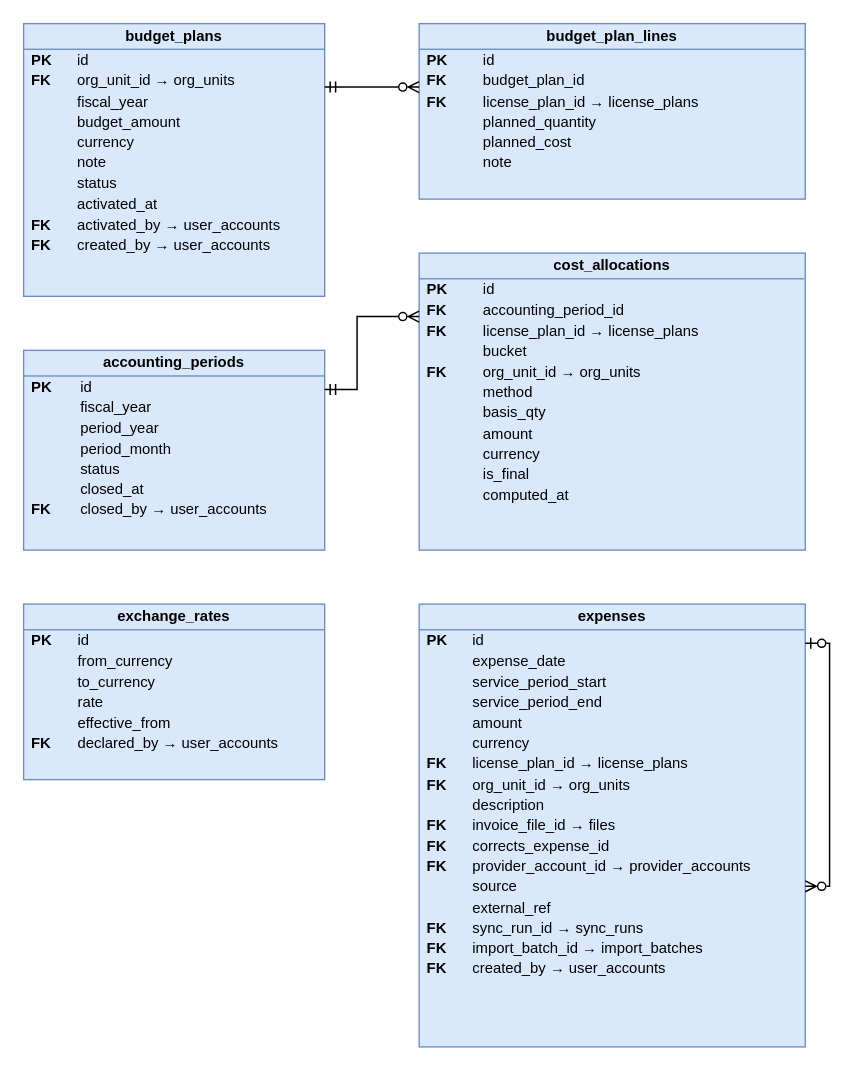
Above: docs/database/diagrams/erd_budget_cost.drawio in cuonglpv/VFast (draw.io), before the change. Source tidied: cells renumbered, new cells numbered last; positions are measured from the earlier drawing's top-left corner, leaving out a move shared by most shapes. Both pictures are drawn from the tidied source at 135%, with x=0, y=0 at pixel (23, 23).
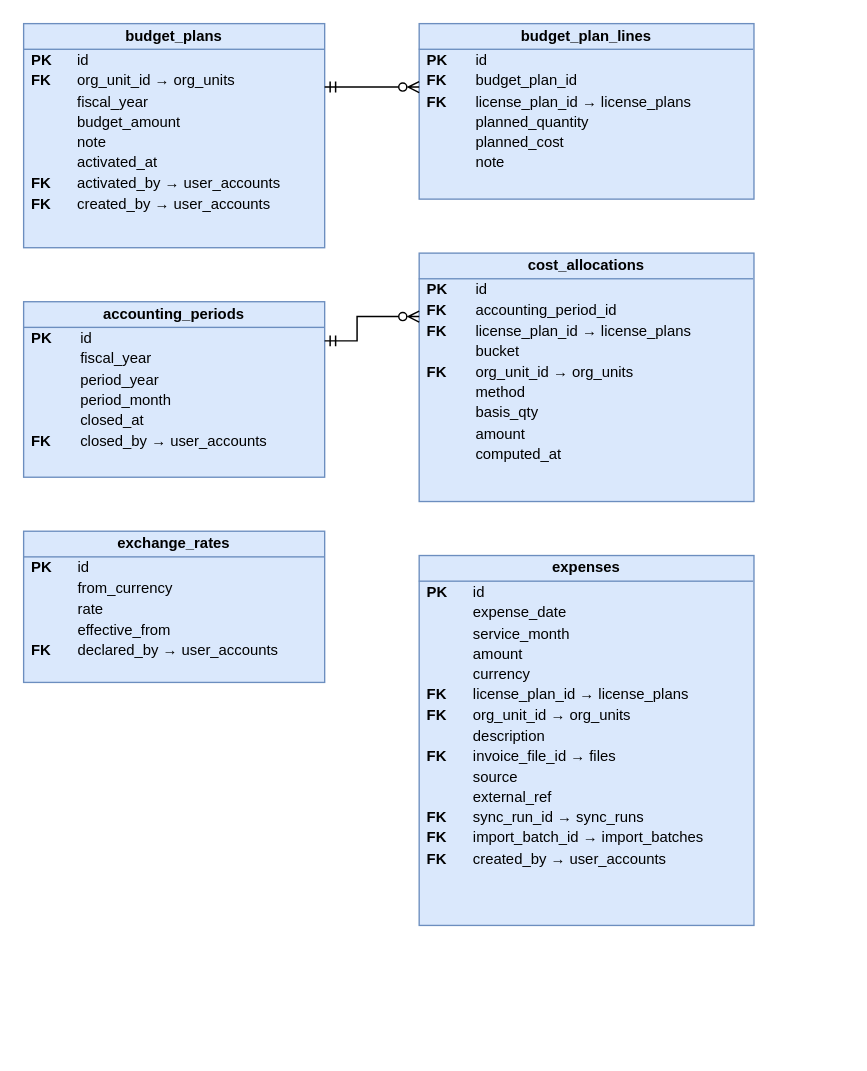
The same page after the edit.

Diff of the diagram source:
```diff
@@
 <mxGraphModel>
   <root>
     <mxCell id="0" />
     <mxCell id="1" parent="0" />
-    <mxCell id="2" value="&lt;div style=&quot;font-weight:bold;text-align:center;padding:3px 0;border-bottom:1px solid #6C8EBF;&quot;&gt;budget_plans&lt;/div&gt;&lt;table style=&quot;width:100%;font-size:11px;border-collapse:collapse;&quot;&gt;&lt;tr&gt;&lt;td style=&quot;padding:1px 8px 1px 6px;&quot;&gt;&lt;b&gt;PK&lt;/b&gt;&lt;/td&gt;&lt;td style=&quot;padding:1px 6px;&quot;&gt;id&lt;/td&gt;&lt;/tr&gt;&lt;tr&gt;&lt;td style=&quot;padding:1px 8px 1px 6px;&quot;&gt;&lt;b&gt;FK&lt;/b&gt;&lt;/td&gt;&lt;td style=&quot;padding:1px 6px;&quot;&gt;org_unit_id → org_units&lt;/td&gt;&lt;/tr&gt;&lt;tr&gt;&lt;td style=&quot;padding:1px 8px 1px 6px;&quot;&gt;&lt;b&gt;&lt;/b&gt;&lt;/td&gt;&lt;td style=&quot;padding:1px 6px;&quot;&gt;fiscal_year&lt;/td&gt;&lt;/tr&gt;&lt;tr&gt;&lt;td style=&quot;padding:1px 8px 1px 6px;&quot;&gt;&lt;b&gt;&lt;/b&gt;&lt;/td&gt;&lt;td style=&quot;padding:1px 6px;&quot;&gt;budget_amount&lt;/td&gt;&lt;/tr&gt;&lt;tr&gt;&lt;td style=&quot;padding:1px 8px 1px 6px;&quot;&gt;&lt;b&gt;&lt;/b&gt;&lt;/td&gt;&lt;td style=&quot;padding:1px 6px;&quot;&gt;currency&lt;/td&gt;&lt;/tr&gt;&lt;tr&gt;&lt;td style=&quot;padding:1px 8px 1px 6px;&quot;&gt;&lt;b&gt;&lt;/b&gt;&lt;/td&gt;&lt;td style=&quot;padding:1px 6px;&quot;&gt;note&lt;/td&gt;&lt;/tr&gt;&lt;tr&gt;&lt;td style=&quot;padding:1px 8px 1px 6px;&quot;&gt;&lt;b&gt;&lt;/b&gt;&lt;/td&gt;&lt;td style=&quot;padding:1px 6px;&quot;&gt;status&lt;/td&gt;&lt;/tr&gt;&lt;tr&gt;&lt;td style=&quot;padding:1px 8px 1px 6px;&quot;&gt;&lt;b&gt;&lt;/b&gt;&lt;/td&gt;&lt;td style=&quot;padding:1px 6px;&quot;&gt;activated_at&lt;/td&gt;&lt;/tr&gt;&lt;tr&gt;&lt;td style=&quot;padding:1px 8px 1px 6px;&quot;&gt;&lt;b&gt;FK&lt;/b&gt;&lt;/td&gt;&lt;td style=&quot;padding:1px 6px;&quot;&gt;activated_by → user_accounts&lt;/td&gt;&lt;/tr&gt;&lt;tr&gt;&lt;td style=&quot;padding:1px 8px 1px 6px;&quot;&gt;&lt;b&gt;FK&lt;/b&gt;&lt;/td&gt;&lt;td style=&quot;padding:1px 6px;&quot;&gt;created_by → user_accounts&lt;/td&gt;&lt;/tr&gt;&lt;/table&gt;" style="rounded=0;whiteSpace=wrap;html=1;verticalAlign=top;align=left;spacing=0;overflow=fill;fillColor=#DAE8FC;strokeColor=#6C8EBF;fontSize=11;" parent="1" vertex="1">
-      <mxGeometry width="223" height="202" as="geometry" />
+    <mxCell id="2" value="&lt;div style=&quot;font-weight:bold;text-align:center;padding:3px 0;border-bottom:1px solid #6C8EBF;&quot;&gt;budget_plans&lt;/div&gt;&lt;table style=&quot;width:100%;font-size:11px;border-collapse:collapse;&quot;&gt;&lt;tr&gt;&lt;td style=&quot;padding:1px 8px 1px 6px;&quot;&gt;&lt;b&gt;PK&lt;/b&gt;&lt;/td&gt;&lt;td style=&quot;padding:1px 6px;&quot;&gt;id&lt;/td&gt;&lt;/tr&gt;&lt;tr&gt;&lt;td style=&quot;padding:1px 8px 1px 6px;&quot;&gt;&lt;b&gt;FK&lt;/b&gt;&lt;/td&gt;&lt;td style=&quot;padding:1px 6px;&quot;&gt;org_unit_id → org_units&lt;/td&gt;&lt;/tr&gt;&lt;tr&gt;&lt;td style=&quot;padding:1px 8px 1px 6px;&quot;&gt;&lt;b&gt;&lt;/b&gt;&lt;/td&gt;&lt;td style=&quot;padding:1px 6px;&quot;&gt;fiscal_year&lt;/td&gt;&lt;/tr&gt;&lt;tr&gt;&lt;td style=&quot;padding:1px 8px 1px 6px;&quot;&gt;&lt;b&gt;&lt;/b&gt;&lt;/td&gt;&lt;td style=&quot;padding:1px 6px;&quot;&gt;budget_amount&lt;/td&gt;&lt;/tr&gt;&lt;tr&gt;&lt;td style=&quot;padding:1px 8px 1px 6px;&quot;&gt;&lt;b&gt;&lt;/b&gt;&lt;/td&gt;&lt;td style=&quot;padding:1px 6px;&quot;&gt;note&lt;/td&gt;&lt;/tr&gt;&lt;tr&gt;&lt;td style=&quot;padding:1px 8px 1px 6px;&quot;&gt;&lt;b&gt;&lt;/b&gt;&lt;/td&gt;&lt;td style=&quot;padding:1px 6px;&quot;&gt;activated_at&lt;/td&gt;&lt;/tr&gt;&lt;tr&gt;&lt;td style=&quot;padding:1px 8px 1px 6px;&quot;&gt;&lt;b&gt;FK&lt;/b&gt;&lt;/td&gt;&lt;td style=&quot;padding:1px 6px;&quot;&gt;activated_by → user_accounts&lt;/td&gt;&lt;/tr&gt;&lt;tr&gt;&lt;td style=&quot;padding:1px 8px 1px 6px;&quot;&gt;&lt;b&gt;FK&lt;/b&gt;&lt;/td&gt;&lt;td style=&quot;padding:1px 6px;&quot;&gt;created_by → user_accounts&lt;/td&gt;&lt;/tr&gt;&lt;/table&gt;" style="rounded=0;whiteSpace=wrap;html=1;verticalAlign=top;align=left;spacing=0;overflow=fill;fillColor=#DAE8FC;strokeColor=#6C8EBF;fontSize=11;" parent="1" vertex="1">
+      <mxGeometry width="223" height="166" as="geometry" />
     </mxCell>
-    <mxCell id="3" value="&lt;div style=&quot;font-weight:bold;text-align:center;padding:3px 0;border-bottom:1px solid #6C8EBF;&quot;&gt;accounting_periods&lt;/div&gt;&lt;table style=&quot;width:100%;font-size:11px;border-collapse:collapse;&quot;&gt;&lt;tr&gt;&lt;td style=&quot;padding:1px 8px 1px 6px;&quot;&gt;&lt;b&gt;PK&lt;/b&gt;&lt;/td&gt;&lt;td style=&quot;padding:1px 6px;&quot;&gt;id&lt;/td&gt;&lt;/tr&gt;&lt;tr&gt;&lt;td style=&quot;padding:1px 8px 1px 6px;&quot;&gt;&lt;b&gt;&lt;/b&gt;&lt;/td&gt;&lt;td style=&quot;padding:1px 6px;&quot;&gt;fiscal_year&lt;/td&gt;&lt;/tr&gt;&lt;tr&gt;&lt;td style=&quot;padding:1px 8px 1px 6px;&quot;&gt;&lt;b&gt;&lt;/b&gt;&lt;/td&gt;&lt;td style=&quot;padding:1px 6px;&quot;&gt;period_year&lt;/td&gt;&lt;/tr&gt;&lt;tr&gt;&lt;td style=&quot;padding:1px 8px 1px 6px;&quot;&gt;&lt;b&gt;&lt;/b&gt;&lt;/td&gt;&lt;td style=&quot;padding:1px 6px;&quot;&gt;period_month&lt;/td&gt;&lt;/tr&gt;&lt;tr&gt;&lt;td style=&quot;padding:1px 8px 1px 6px;&quot;&gt;&lt;b&gt;&lt;/b&gt;&lt;/td&gt;&lt;td style=&quot;padding:1px 6px;&quot;&gt;status&lt;/td&gt;&lt;/tr&gt;&lt;tr&gt;&lt;td style=&quot;padding:1px 8px 1px 6px;&quot;&gt;&lt;b&gt;&lt;/b&gt;&lt;/td&gt;&lt;td style=&quot;padding:1px 6px;&quot;&gt;closed_at&lt;/td&gt;&lt;/tr&gt;&lt;tr&gt;&lt;td style=&quot;padding:1px 8px 1px 6px;&quot;&gt;&lt;b&gt;FK&lt;/b&gt;&lt;/td&gt;&lt;td style=&quot;padding:1px 6px;&quot;&gt;closed_by → user_accounts&lt;/td&gt;&lt;/tr&gt;&lt;/table&gt;" style="rounded=0;whiteSpace=wrap;html=1;verticalAlign=top;align=left;spacing=0;overflow=fill;fillColor=#DAE8FC;strokeColor=#6C8EBF;fontSize=11;" parent="1" vertex="1">
-      <mxGeometry y="242" width="223" height="148" as="geometry" />
+    <mxCell id="3" value="&lt;div style=&quot;font-weight:bold;text-align:center;padding:3px 0;border-bottom:1px solid #6C8EBF;&quot;&gt;accounting_periods&lt;/div&gt;&lt;table style=&quot;width:100%;font-size:11px;border-collapse:collapse;&quot;&gt;&lt;tr&gt;&lt;td style=&quot;padding:1px 8px 1px 6px;&quot;&gt;&lt;b&gt;PK&lt;/b&gt;&lt;/td&gt;&lt;td style=&quot;padding:1px 6px;&quot;&gt;id&lt;/td&gt;&lt;/tr&gt;&lt;tr&gt;&lt;td style=&quot;padding:1px 8px 1px 6px;&quot;&gt;&lt;b&gt;&lt;/b&gt;&lt;/td&gt;&lt;td style=&quot;padding:1px 6px;&quot;&gt;fiscal_year&lt;/td&gt;&lt;/tr&gt;&lt;tr&gt;&lt;td style=&quot;padding:1px 8px 1px 6px;&quot;&gt;&lt;b&gt;&lt;/b&gt;&lt;/td&gt;&lt;td style=&quot;padding:1px 6px;&quot;&gt;period_year&lt;/td&gt;&lt;/tr&gt;&lt;tr&gt;&lt;td style=&quot;padding:1px 8px 1px 6px;&quot;&gt;&lt;b&gt;&lt;/b&gt;&lt;/td&gt;&lt;td style=&quot;padding:1px 6px;&quot;&gt;period_month&lt;/td&gt;&lt;/tr&gt;&lt;tr&gt;&lt;td style=&quot;padding:1px 8px 1px 6px;&quot;&gt;&lt;b&gt;&lt;/b&gt;&lt;/td&gt;&lt;td style=&quot;padding:1px 6px;&quot;&gt;closed_at&lt;/td&gt;&lt;/tr&gt;&lt;tr&gt;&lt;td style=&quot;padding:1px 8px 1px 6px;&quot;&gt;&lt;b&gt;FK&lt;/b&gt;&lt;/td&gt;&lt;td style=&quot;padding:1px 6px;&quot;&gt;closed_by → user_accounts&lt;/td&gt;&lt;/tr&gt;&lt;/table&gt;" style="rounded=0;whiteSpace=wrap;html=1;verticalAlign=top;align=left;spacing=0;overflow=fill;fillColor=#DAE8FC;strokeColor=#6C8EBF;fontSize=11;" parent="1" vertex="1">
+      <mxGeometry y="206" width="223" height="130" as="geometry" />
     </mxCell>
-    <mxCell id="4" value="&lt;div style=&quot;font-weight:bold;text-align:center;padding:3px 0;border-bottom:1px solid #6C8EBF;&quot;&gt;exchange_rates&lt;/div&gt;&lt;table style=&quot;width:100%;font-size:11px;border-collapse:collapse;&quot;&gt;&lt;tr&gt;&lt;td style=&quot;padding:1px 8px 1px 6px;&quot;&gt;&lt;b&gt;PK&lt;/b&gt;&lt;/td&gt;&lt;td style=&quot;padding:1px 6px;&quot;&gt;id&lt;/td&gt;&lt;/tr&gt;&lt;tr&gt;&lt;td style=&quot;padding:1px 8px 1px 6px;&quot;&gt;&lt;b&gt;&lt;/b&gt;&lt;/td&gt;&lt;td style=&quot;padding:1px 6px;&quot;&gt;from_currency&lt;/td&gt;&lt;/tr&gt;&lt;tr&gt;&lt;td style=&quot;padding:1px 8px 1px 6px;&quot;&gt;&lt;b&gt;&lt;/b&gt;&lt;/td&gt;&lt;td style=&quot;padding:1px 6px;&quot;&gt;to_currency&lt;/td&gt;&lt;/tr&gt;&lt;tr&gt;&lt;td style=&quot;padding:1px 8px 1px 6px;&quot;&gt;&lt;b&gt;&lt;/b&gt;&lt;/td&gt;&lt;td style=&quot;padding:1px 6px;&quot;&gt;rate&lt;/td&gt;&lt;/tr&gt;&lt;tr&gt;&lt;td style=&quot;padding:1px 8px 1px 6px;&quot;&gt;&lt;b&gt;&lt;/b&gt;&lt;/td&gt;&lt;td style=&quot;padding:1px 6px;&quot;&gt;effective_from&lt;/td&gt;&lt;/tr&gt;&lt;tr&gt;&lt;td style=&quot;padding:1px 8px 1px 6px;&quot;&gt;&lt;b&gt;FK&lt;/b&gt;&lt;/td&gt;&lt;td style=&quot;padding:1px 6px;&quot;&gt;declared_by → user_accounts&lt;/td&gt;&lt;/tr&gt;&lt;/table&gt;" style="rounded=0;whiteSpace=wrap;html=1;verticalAlign=top;align=left;spacing=0;overflow=fill;fillColor=#DAE8FC;strokeColor=#6C8EBF;fontSize=11;" parent="1" vertex="1">
-      <mxGeometry y="430" width="223" height="130" as="geometry" />
+    <mxCell id="4" value="&lt;div style=&quot;font-weight:bold;text-align:center;padding:3px 0;border-bottom:1px solid #6C8EBF;&quot;&gt;exchange_rates&lt;/div&gt;&lt;table style=&quot;width:100%;font-size:11px;border-collapse:collapse;&quot;&gt;&lt;tr&gt;&lt;td style=&quot;padding:1px 8px 1px 6px;&quot;&gt;&lt;b&gt;PK&lt;/b&gt;&lt;/td&gt;&lt;td style=&quot;padding:1px 6px;&quot;&gt;id&lt;/td&gt;&lt;/tr&gt;&lt;tr&gt;&lt;td style=&quot;padding:1px 8px 1px 6px;&quot;&gt;&lt;b&gt;&lt;/b&gt;&lt;/td&gt;&lt;td style=&quot;padding:1px 6px;&quot;&gt;from_currency&lt;/td&gt;&lt;/tr&gt;&lt;tr&gt;&lt;td style=&quot;padding:1px 8px 1px 6px;&quot;&gt;&lt;b&gt;&lt;/b&gt;&lt;/td&gt;&lt;td style=&quot;padding:1px 6px;&quot;&gt;rate&lt;/td&gt;&lt;/tr&gt;&lt;tr&gt;&lt;td style=&quot;padding:1px 8px 1px 6px;&quot;&gt;&lt;b&gt;&lt;/b&gt;&lt;/td&gt;&lt;td style=&quot;padding:1px 6px;&quot;&gt;effective_from&lt;/td&gt;&lt;/tr&gt;&lt;tr&gt;&lt;td style=&quot;padding:1px 8px 1px 6px;&quot;&gt;&lt;b&gt;FK&lt;/b&gt;&lt;/td&gt;&lt;td style=&quot;padding:1px 6px;&quot;&gt;declared_by → user_accounts&lt;/td&gt;&lt;/tr&gt;&lt;/table&gt;" style="rounded=0;whiteSpace=wrap;html=1;verticalAlign=top;align=left;spacing=0;overflow=fill;fillColor=#DAE8FC;strokeColor=#6C8EBF;fontSize=11;" parent="1" vertex="1">
+      <mxGeometry y="376" width="223" height="112" as="geometry" />
     </mxCell>
     <mxCell id="5" value="&lt;div style=&quot;font-weight:bold;text-align:center;padding:3px 0;border-bottom:1px solid #6C8EBF;&quot;&gt;budget_plan_lines&lt;/div&gt;&lt;table style=&quot;width:100%;font-size:11px;border-collapse:collapse;&quot;&gt;&lt;tr&gt;&lt;td style=&quot;padding:1px 8px 1px 6px;&quot;&gt;&lt;b&gt;PK&lt;/b&gt;&lt;/td&gt;&lt;td style=&quot;padding:1px 6px;&quot;&gt;id&lt;/td&gt;&lt;/tr&gt;&lt;tr&gt;&lt;td style=&quot;padding:1px 8px 1px 6px;&quot;&gt;&lt;b&gt;FK&lt;/b&gt;&lt;/td&gt;&lt;td style=&quot;padding:1px 6px;&quot;&gt;budget_plan_id&lt;/td&gt;&lt;/tr&gt;&lt;tr&gt;&lt;td style=&quot;padding:1px 8px 1px 6px;&quot;&gt;&lt;b&gt;FK&lt;/b&gt;&lt;/td&gt;&lt;td style=&quot;padding:1px 6px;&quot;&gt;license_plan_id → license_plans&lt;/td&gt;&lt;/tr&gt;&lt;tr&gt;&lt;td style=&quot;padding:1px 8px 1px 6px;&quot;&gt;&lt;b&gt;&lt;/b&gt;&lt;/td&gt;&lt;td style=&quot;padding:1px 6px;&quot;&gt;planned_quantity&lt;/td&gt;&lt;/tr&gt;&lt;tr&gt;&lt;td style=&quot;padding:1px 8px 1px 6px;&quot;&gt;&lt;b&gt;&lt;/b&gt;&lt;/td&gt;&lt;td style=&quot;padding:1px 6px;&quot;&gt;planned_cost&lt;/td&gt;&lt;/tr&gt;&lt;tr&gt;&lt;td style=&quot;padding:1px 8px 1px 6px;&quot;&gt;&lt;b&gt;&lt;/b&gt;&lt;/td&gt;&lt;td style=&quot;padding:1px 6px;&quot;&gt;note&lt;/td&gt;&lt;/tr&gt;&lt;/table&gt;" style="rounded=0;whiteSpace=wrap;html=1;verticalAlign=top;align=left;spacing=0;overflow=fill;fillColor=#DAE8FC;strokeColor=#6C8EBF;fontSize=11;" parent="1" vertex="1">
-      <mxGeometry x="293" width="286" height="130" as="geometry" />
+      <mxGeometry x="293" width="248" height="130" as="geometry" />
     </mxCell>
-    <mxCell id="6" value="&lt;div style=&quot;font-weight:bold;text-align:center;padding:3px 0;border-bottom:1px solid #6C8EBF;&quot;&gt;cost_allocations&lt;/div&gt;&lt;table style=&quot;width:100%;font-size:11px;border-collapse:collapse;&quot;&gt;&lt;tr&gt;&lt;td style=&quot;padding:1px 8px 1px 6px;&quot;&gt;&lt;b&gt;PK&lt;/b&gt;&lt;/td&gt;&lt;td style=&quot;padding:1px 6px;&quot;&gt;id&lt;/td&gt;&lt;/tr&gt;&lt;tr&gt;&lt;td style=&quot;padding:1px 8px 1px 6px;&quot;&gt;&lt;b&gt;FK&lt;/b&gt;&lt;/td&gt;&lt;td style=&quot;padding:1px 6px;&quot;&gt;accounting_period_id&lt;/td&gt;&lt;/tr&gt;&lt;tr&gt;&lt;td style=&quot;padding:1px 8px 1px 6px;&quot;&gt;&lt;b&gt;FK&lt;/b&gt;&lt;/td&gt;&lt;td style=&quot;padding:1px 6px;&quot;&gt;license_plan_id → license_plans&lt;/td&gt;&lt;/tr&gt;&lt;tr&gt;&lt;td style=&quot;padding:1px 8px 1px 6px;&quot;&gt;&lt;b&gt;&lt;/b&gt;&lt;/td&gt;&lt;td style=&quot;padding:1px 6px;&quot;&gt;bucket&lt;/td&gt;&lt;/tr&gt;&lt;tr&gt;&lt;td style=&quot;padding:1px 8px 1px 6px;&quot;&gt;&lt;b&gt;FK&lt;/b&gt;&lt;/td&gt;&lt;td style=&quot;padding:1px 6px;&quot;&gt;org_unit_id → org_units&lt;/td&gt;&lt;/tr&gt;&lt;tr&gt;&lt;td style=&quot;padding:1px 8px 1px 6px;&quot;&gt;&lt;b&gt;&lt;/b&gt;&lt;/td&gt;&lt;td style=&quot;padding:1px 6px;&quot;&gt;method&lt;/td&gt;&lt;/tr&gt;&lt;tr&gt;&lt;td style=&quot;padding:1px 8px 1px 6px;&quot;&gt;&lt;b&gt;&lt;/b&gt;&lt;/td&gt;&lt;td style=&quot;padding:1px 6px;&quot;&gt;basis_qty&lt;/td&gt;&lt;/tr&gt;&lt;tr&gt;&lt;td style=&quot;padding:1px 8px 1px 6px;&quot;&gt;&lt;b&gt;&lt;/b&gt;&lt;/td&gt;&lt;td style=&quot;padding:1px 6px;&quot;&gt;amount&lt;/td&gt;&lt;/tr&gt;&lt;tr&gt;&lt;td style=&quot;padding:1px 8px 1px 6px;&quot;&gt;&lt;b&gt;&lt;/b&gt;&lt;/td&gt;&lt;td style=&quot;padding:1px 6px;&quot;&gt;currency&lt;/td&gt;&lt;/tr&gt;&lt;tr&gt;&lt;td style=&quot;padding:1px 8px 1px 6px;&quot;&gt;&lt;b&gt;&lt;/b&gt;&lt;/td&gt;&lt;td style=&quot;padding:1px 6px;&quot;&gt;is_final&lt;/td&gt;&lt;/tr&gt;&lt;tr&gt;&lt;td style=&quot;padding:1px 8px 1px 6px;&quot;&gt;&lt;b&gt;&lt;/b&gt;&lt;/td&gt;&lt;td style=&quot;padding:1px 6px;&quot;&gt;computed_at&lt;/td&gt;&lt;/tr&gt;&lt;/table&gt;" style="rounded=0;whiteSpace=wrap;html=1;verticalAlign=top;align=left;spacing=0;overflow=fill;fillColor=#DAE8FC;strokeColor=#6C8EBF;fontSize=11;" parent="1" vertex="1">
-      <mxGeometry x="293" y="170" width="286" height="220" as="geometry" />
+    <mxCell id="6" value="&lt;div style=&quot;font-weight:bold;text-align:center;padding:3px 0;border-bottom:1px solid #6C8EBF;&quot;&gt;cost_allocations&lt;/div&gt;&lt;table style=&quot;width:100%;font-size:11px;border-collapse:collapse;&quot;&gt;&lt;tr&gt;&lt;td style=&quot;padding:1px 8px 1px 6px;&quot;&gt;&lt;b&gt;PK&lt;/b&gt;&lt;/td&gt;&lt;td style=&quot;padding:1px 6px;&quot;&gt;id&lt;/td&gt;&lt;/tr&gt;&lt;tr&gt;&lt;td style=&quot;padding:1px 8px 1px 6px;&quot;&gt;&lt;b&gt;FK&lt;/b&gt;&lt;/td&gt;&lt;td style=&quot;padding:1px 6px;&quot;&gt;accounting_period_id&lt;/td&gt;&lt;/tr&gt;&lt;tr&gt;&lt;td style=&quot;padding:1px 8px 1px 6px;&quot;&gt;&lt;b&gt;FK&lt;/b&gt;&lt;/td&gt;&lt;td style=&quot;padding:1px 6px;&quot;&gt;license_plan_id → license_plans&lt;/td&gt;&lt;/tr&gt;&lt;tr&gt;&lt;td style=&quot;padding:1px 8px 1px 6px;&quot;&gt;&lt;b&gt;&lt;/b&gt;&lt;/td&gt;&lt;td style=&quot;padding:1px 6px;&quot;&gt;bucket&lt;/td&gt;&lt;/tr&gt;&lt;tr&gt;&lt;td style=&quot;padding:1px 8px 1px 6px;&quot;&gt;&lt;b&gt;FK&lt;/b&gt;&lt;/td&gt;&lt;td style=&quot;padding:1px 6px;&quot;&gt;org_unit_id → org_units&lt;/td&gt;&lt;/tr&gt;&lt;tr&gt;&lt;td style=&quot;padding:1px 8px 1px 6px;&quot;&gt;&lt;b&gt;&lt;/b&gt;&lt;/td&gt;&lt;td style=&quot;padding:1px 6px;&quot;&gt;method&lt;/td&gt;&lt;/tr&gt;&lt;tr&gt;&lt;td style=&quot;padding:1px 8px 1px 6px;&quot;&gt;&lt;b&gt;&lt;/b&gt;&lt;/td&gt;&lt;td style=&quot;padding:1px 6px;&quot;&gt;basis_qty&lt;/td&gt;&lt;/tr&gt;&lt;tr&gt;&lt;td style=&quot;padding:1px 8px 1px 6px;&quot;&gt;&lt;b&gt;&lt;/b&gt;&lt;/td&gt;&lt;td style=&quot;padding:1px 6px;&quot;&gt;amount&lt;/td&gt;&lt;/tr&gt;&lt;tr&gt;&lt;td style=&quot;padding:1px 8px 1px 6px;&quot;&gt;&lt;b&gt;&lt;/b&gt;&lt;/td&gt;&lt;td style=&quot;padding:1px 6px;&quot;&gt;computed_at&lt;/td&gt;&lt;/tr&gt;&lt;/table&gt;" style="rounded=0;whiteSpace=wrap;html=1;verticalAlign=top;align=left;spacing=0;overflow=fill;fillColor=#DAE8FC;strokeColor=#6C8EBF;fontSize=11;" parent="1" vertex="1">
+      <mxGeometry x="293" y="170" width="248" height="184" as="geometry" />
     </mxCell>
-    <mxCell id="7" value="&lt;div style=&quot;font-weight:bold;text-align:center;padding:3px 0;border-bottom:1px solid #6C8EBF;&quot;&gt;expenses&lt;/div&gt;&lt;table style=&quot;width:100%;font-size:11px;border-collapse:collapse;&quot;&gt;&lt;tr&gt;&lt;td style=&quot;padding:1px 8px 1px 6px;&quot;&gt;&lt;b&gt;PK&lt;/b&gt;&lt;/td&gt;&lt;td style=&quot;padding:1px 6px;&quot;&gt;id&lt;/td&gt;&lt;/tr&gt;&lt;tr&gt;&lt;td style=&quot;padding:1px 8px 1px 6px;&quot;&gt;&lt;b&gt;&lt;/b&gt;&lt;/td&gt;&lt;td style=&quot;padding:1px 6px;&quot;&gt;expense_date&lt;/td&gt;&lt;/tr&gt;&lt;tr&gt;&lt;td style=&quot;padding:1px 8px 1px 6px;&quot;&gt;&lt;b&gt;&lt;/b&gt;&lt;/td&gt;&lt;td style=&quot;padding:1px 6px;&quot;&gt;service_period_start&lt;/td&gt;&lt;/tr&gt;&lt;tr&gt;&lt;td style=&quot;padding:1px 8px 1px 6px;&quot;&gt;&lt;b&gt;&lt;/b&gt;&lt;/td&gt;&lt;td style=&quot;padding:1px 6px;&quot;&gt;service_period_end&lt;/td&gt;&lt;/tr&gt;&lt;tr&gt;&lt;td style=&quot;padding:1px 8px 1px 6px;&quot;&gt;&lt;b&gt;&lt;/b&gt;&lt;/td&gt;&lt;td style=&quot;padding:1px 6px;&quot;&gt;amount&lt;/td&gt;&lt;/tr&gt;&lt;tr&gt;&lt;td style=&quot;padding:1px 8px 1px 6px;&quot;&gt;&lt;b&gt;&lt;/b&gt;&lt;/td&gt;&lt;td style=&quot;padding:1px 6px;&quot;&gt;currency&lt;/td&gt;&lt;/tr&gt;&lt;tr&gt;&lt;td style=&quot;padding:1px 8px 1px 6px;&quot;&gt;&lt;b&gt;FK&lt;/b&gt;&lt;/td&gt;&lt;td style=&quot;padding:1px 6px;&quot;&gt;license_plan_id → license_plans&lt;/td&gt;&lt;/tr&gt;&lt;tr&gt;&lt;td style=&quot;padding:1px 8px 1px 6px;&quot;&gt;&lt;b&gt;FK&lt;/b&gt;&lt;/td&gt;&lt;td style=&quot;padding:1px 6px;&quot;&gt;org_unit_id → org_units&lt;/td&gt;&lt;/tr&gt;&lt;tr&gt;&lt;td style=&quot;padding:1px 8px 1px 6px;&quot;&gt;&lt;b&gt;&lt;/b&gt;&lt;/td&gt;&lt;td style=&quot;padding:1px 6px;&quot;&gt;description&lt;/td&gt;&lt;/tr&gt;&lt;tr&gt;&lt;td style=&quot;padding:1px 8px 1px 6px;&quot;&gt;&lt;b&gt;FK&lt;/b&gt;&lt;/td&gt;&lt;td style=&quot;padding:1px 6px;&quot;&gt;invoice_file_id → files&lt;/td&gt;&lt;/tr&gt;&lt;tr&gt;&lt;td style=&quot;padding:1px 8px 1px 6px;&quot;&gt;&lt;b&gt;FK&lt;/b&gt;&lt;/td&gt;&lt;td style=&quot;padding:1px 6px;&quot;&gt;corrects_expense_id&lt;/td&gt;&lt;/tr&gt;&lt;tr&gt;&lt;td style=&quot;padding:1px 8px 1px 6px;&quot;&gt;&lt;b&gt;FK&lt;/b&gt;&lt;/td&gt;&lt;td style=&quot;padding:1px 6px;&quot;&gt;provider_account_id → provider_accounts&lt;/td&gt;&lt;/tr&gt;&lt;tr&gt;&lt;td style=&quot;padding:1px 8px 1px 6px;&quot;&gt;&lt;b&gt;&lt;/b&gt;&lt;/td&gt;&lt;td style=&quot;padding:1px 6px;&quot;&gt;source&lt;/td&gt;&lt;/tr&gt;&lt;tr&gt;&lt;td style=&quot;padding:1px 8px 1px 6px;&quot;&gt;&lt;b&gt;&lt;/b&gt;&lt;/td&gt;&lt;td style=&quot;padding:1px 6px;&quot;&gt;external_ref&lt;/td&gt;&lt;/tr&gt;&lt;tr&gt;&lt;td style=&quot;padding:1px 8px 1px 6px;&quot;&gt;&lt;b&gt;FK&lt;/b&gt;&lt;/td&gt;&lt;td style=&quot;padding:1px 6px;&quot;&gt;sync_run_id → sync_runs&lt;/td&gt;&lt;/tr&gt;&lt;tr&gt;&lt;td style=&quot;padding:1px 8px 1px 6px;&quot;&gt;&lt;b&gt;FK&lt;/b&gt;&lt;/td&gt;&lt;td style=&quot;padding:1px 6px;&quot;&gt;import_batch_id → import_batches&lt;/td&gt;&lt;/tr&gt;&lt;tr&gt;&lt;td style=&quot;padding:1px 8px 1px 6px;&quot;&gt;&lt;b&gt;FK&lt;/b&gt;&lt;/td&gt;&lt;td style=&quot;padding:1px 6px;&quot;&gt;created_by → user_accounts&lt;/td&gt;&lt;/tr&gt;&lt;/table&gt;" style="rounded=0;whiteSpace=wrap;html=1;verticalAlign=top;align=left;spacing=0;overflow=fill;fillColor=#DAE8FC;strokeColor=#6C8EBF;fontSize=11;" parent="1" vertex="1">
-      <mxGeometry x="293" y="430" width="286" height="328" as="geometry" />
+    <mxCell id="7" value="&lt;div style=&quot;font-weight:bold;text-align:center;padding:3px 0;border-bottom:1px solid #6C8EBF;&quot;&gt;expenses&lt;/div&gt;&lt;table style=&quot;width:100%;font-size:11px;border-collapse:collapse;&quot;&gt;&lt;tr&gt;&lt;td style=&quot;padding:1px 8px 1px 6px;&quot;&gt;&lt;b&gt;PK&lt;/b&gt;&lt;/td&gt;&lt;td style=&quot;padding:1px 6px;&quot;&gt;id&lt;/td&gt;&lt;/tr&gt;&lt;tr&gt;&lt;td style=&quot;padding:1px 8px 1px 6px;&quot;&gt;&lt;b&gt;&lt;/b&gt;&lt;/td&gt;&lt;td style=&quot;padding:1px 6px;&quot;&gt;expense_date&lt;/td&gt;&lt;/tr&gt;&lt;tr&gt;&lt;td style=&quot;padding:1px 8px 1px 6px;&quot;&gt;&lt;b&gt;&lt;/b&gt;&lt;/td&gt;&lt;td style=&quot;padding:1px 6px;&quot;&gt;service_month&lt;/td&gt;&lt;/tr&gt;&lt;tr&gt;&lt;td style=&quot;padding:1px 8px 1px 6px;&quot;&gt;&lt;b&gt;&lt;/b&gt;&lt;/td&gt;&lt;td style=&quot;padding:1px 6px;&quot;&gt;amount&lt;/td&gt;&lt;/tr&gt;&lt;tr&gt;&lt;td style=&quot;padding:1px 8px 1px 6px;&quot;&gt;&lt;b&gt;&lt;/b&gt;&lt;/td&gt;&lt;td style=&quot;padding:1px 6px;&quot;&gt;currency&lt;/td&gt;&lt;/tr&gt;&lt;tr&gt;&lt;td style=&quot;padding:1px 8px 1px 6px;&quot;&gt;&lt;b&gt;FK&lt;/b&gt;&lt;/td&gt;&lt;td style=&quot;padding:1px 6px;&quot;&gt;license_plan_id → license_plans&lt;/td&gt;&lt;/tr&gt;&lt;tr&gt;&lt;td style=&quot;padding:1px 8px 1px 6px;&quot;&gt;&lt;b&gt;FK&lt;/b&gt;&lt;/td&gt;&lt;td style=&quot;padding:1px 6px;&quot;&gt;org_unit_id → org_units&lt;/td&gt;&lt;/tr&gt;&lt;tr&gt;&lt;td style=&quot;padding:1px 8px 1px 6px;&quot;&gt;&lt;b&gt;&lt;/b&gt;&lt;/td&gt;&lt;td style=&quot;padding:1px 6px;&quot;&gt;description&lt;/td&gt;&lt;/tr&gt;&lt;tr&gt;&lt;td style=&quot;padding:1px 8px 1px 6px;&quot;&gt;&lt;b&gt;FK&lt;/b&gt;&lt;/td&gt;&lt;td style=&quot;padding:1px 6px;&quot;&gt;invoice_file_id → files&lt;/td&gt;&lt;/tr&gt;&lt;tr&gt;&lt;td style=&quot;padding:1px 8px 1px 6px;&quot;&gt;&lt;b&gt;&lt;/b&gt;&lt;/td&gt;&lt;td style=&quot;padding:1px 6px;&quot;&gt;source&lt;/td&gt;&lt;/tr&gt;&lt;tr&gt;&lt;td style=&quot;padding:1px 8px 1px 6px;&quot;&gt;&lt;b&gt;&lt;/b&gt;&lt;/td&gt;&lt;td style=&quot;padding:1px 6px;&quot;&gt;external_ref&lt;/td&gt;&lt;/tr&gt;&lt;tr&gt;&lt;td style=&quot;padding:1px 8px 1px 6px;&quot;&gt;&lt;b&gt;FK&lt;/b&gt;&lt;/td&gt;&lt;td style=&quot;padding:1px 6px;&quot;&gt;sync_run_id → sync_runs&lt;/td&gt;&lt;/tr&gt;&lt;tr&gt;&lt;td style=&quot;padding:1px 8px 1px 6px;&quot;&gt;&lt;b&gt;FK&lt;/b&gt;&lt;/td&gt;&lt;td style=&quot;padding:1px 6px;&quot;&gt;import_batch_id → import_batches&lt;/td&gt;&lt;/tr&gt;&lt;tr&gt;&lt;td style=&quot;padding:1px 8px 1px 6px;&quot;&gt;&lt;b&gt;FK&lt;/b&gt;&lt;/td&gt;&lt;td style=&quot;padding:1px 6px;&quot;&gt;created_by → user_accounts&lt;/td&gt;&lt;/tr&gt;&lt;/table&gt;" style="rounded=0;whiteSpace=wrap;html=1;verticalAlign=top;align=left;spacing=0;overflow=fill;fillColor=#DAE8FC;strokeColor=#6C8EBF;fontSize=11;" parent="1" vertex="1">
+      <mxGeometry x="293" y="394" width="248" height="274" as="geometry" />
     </mxCell>
     <mxCell id="8" style="html=1;rounded=0;endArrow=ERzeroToMany;endFill=0;startArrow=ERmandOne;startFill=0;strokeColor=#000000;strokeWidth=1.1;" parent="1" edge="1">
       <mxGeometry relative="1" as="geometry">
         <mxPoint x="223" y="47" as="sourcePoint" />
         <mxPoint x="293" y="47" as="targetPoint" />
       </mxGeometry>
     </mxCell>
     <mxCell id="9" style="html=1;rounded=0;endArrow=ERzeroToMany;endFill=0;startArrow=ERmandOne;startFill=0;strokeColor=#000000;strokeWidth=1.1;" parent="1" edge="1">
       <mxGeometry relative="1" as="geometry">
-        <mxPoint x="223" y="271" as="sourcePoint" />
+        <mxPoint x="223" y="235" as="sourcePoint" />
         <mxPoint x="293" y="217" as="targetPoint" />
         <Array as="points">
-          <mxPoint x="247" y="271" />
+          <mxPoint x="247" y="235" />
           <mxPoint x="247" y="217" />
         </Array>
       </mxGeometry>
     </mxCell>
-    <mxCell id="10" style="html=1;rounded=0;endArrow=ERzeroToMany;endFill=0;startArrow=ERzeroToOne;startFill=0;strokeColor=#000000;strokeWidth=1.1;" parent="1" edge="1">
-      <mxGeometry relative="1" as="geometry">
-        <mxPoint x="579" y="459" as="sourcePoint" />
-        <mxPoint x="579" y="639" as="targetPoint" />
-        <Array as="points">
-          <mxPoint x="597" y="459" />
-          <mxPoint x="597" y="639" />
-        </Array>
-      </mxGeometry>
-    </mxCell>
   </root>
 </mxGraphModel>
```
